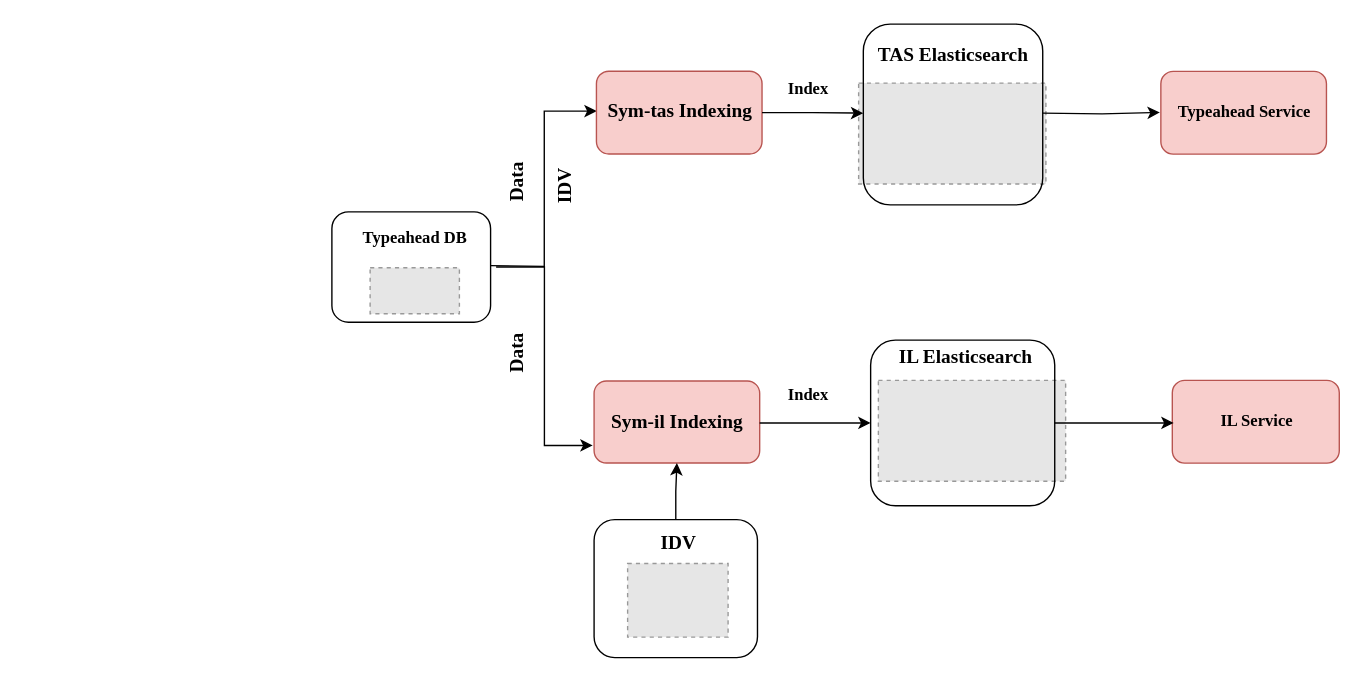
Earlier version of the draw.io diagram PA-SPAR-Funds.drawio (cthotadi/diagrams). Source tidied: cells renumbered, new cells numbered last; positions are measured from the earlier drawing's top-left corner, leaving out a move shared by most shapes. Both pictures are drawn from the tidied source at 138%, with x=0, y=0 at pixel (331, 23). Pictures stored in the file or linked from it are replaced by grey dashed boxes.
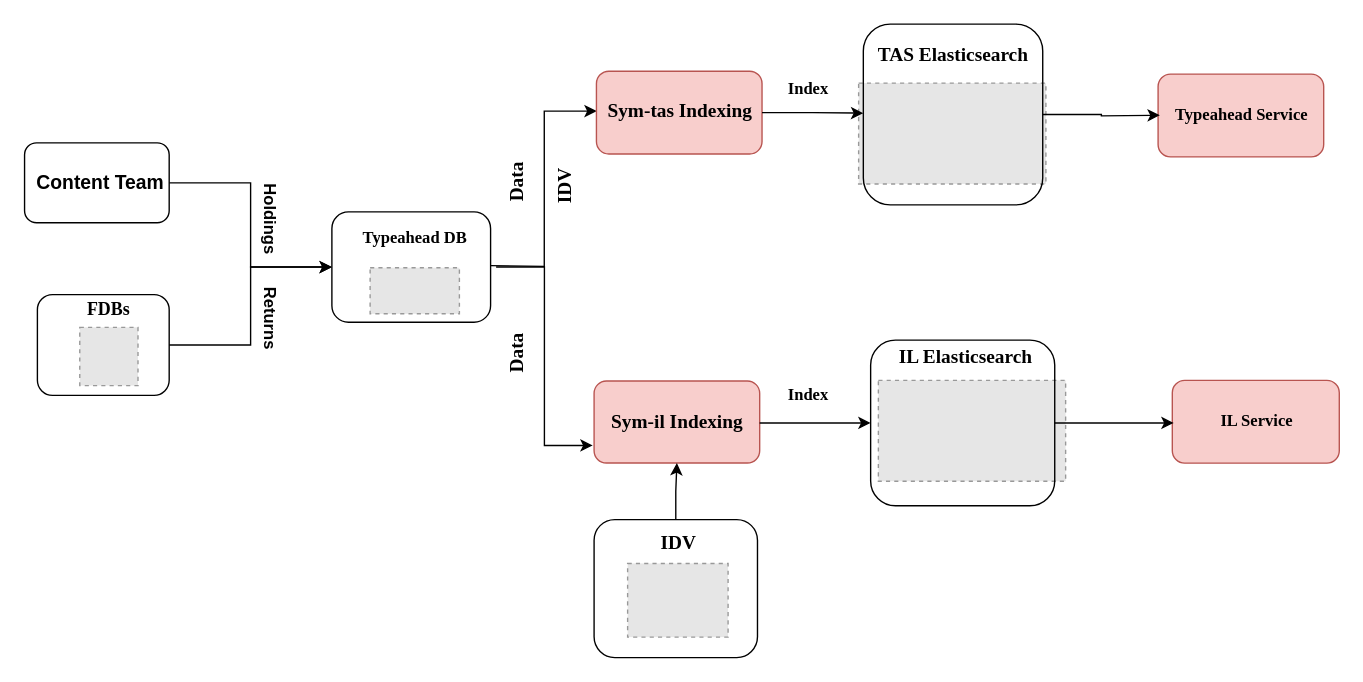
The same diagram, later.

Unchanged cells that the change refers to:
```xml
<mxCell id="5" style="rounded=1;whiteSpace=wrap;html=1;fontFamily=Times New Roman;fontSize=14;fillColor=none;" parent="1" vertex="1">
  <mxGeometry y="136" width="115" height="80" as="geometry" />
</mxCell>
<mxCell id="28" style="rounded=1;whiteSpace=wrap;html=1;fontFamily=Times New Roman;fontSize=14;fillColor=none;" parent="1" vertex="1">
  <mxGeometry x="385.1" width="130" height="131" as="geometry" />
</mxCell>
```

Change to the diagram source:
```diff
@@
     <mxCell id="24" style="rounded=1;whiteSpace=wrap;html=1;fontFamily=Times New Roman;fontSize=12;fillColor=#f8cecc;strokeColor=#b85450;" parent="1" vertex="1">
-      <mxGeometry x="600.7" y="34.2" width="120" height="60" as="geometry" />
+      <mxGeometry x="598.7" y="36.2" width="120" height="60" as="geometry" />
     </mxCell>
     <mxCell id="25" value="Typeahead Service" style="text;html=1;align=center;verticalAlign=middle;fillColor=none;strokeColor=none;rounded=0;fontFamily=Times New Roman;fontSize=12;fontStyle=1;" parent="1" vertex="1">
-      <mxGeometry x="605.7" y="54.2" width="110" height="20" as="geometry" />
+      <mxGeometry x="603.7" y="56.2" width="110" height="20" as="geometry" />
     </mxCell>
@@
-    <mxCell id="27" style="edgeStyle=orthogonalEdgeStyle;rounded=0;orthogonalLoop=1;jettySize=auto;html=1;fontFamily=Times New Roman;fontSize=14;" parent="1" edge="1">
-      <mxGeometry relative="1" as="geometry">
-        <mxPoint x="515.1" y="64.5" as="sourcePoint" />
-        <mxPoint x="600" y="64" as="targetPoint" />
-      </mxGeometry>
-    </mxCell>
+    <mxCell id="34" style="edgeStyle=orthogonalEdgeStyle;rounded=0;jettySize=auto;html=1;fontSize=12;" parent="1" edge="1" source="28">
+      <mxGeometry relative="1" as="geometry">
+        <mxPoint x="600" y="66" as="targetPoint" />
+      </mxGeometry>
+    </mxCell>
@@
+    <mxCell id="35" style="fillColor=#E6E6E6;strokeColor=#999999;dashed=1;verticalLabelPosition=bottom;verticalAlign=top;fontFamily=Times New Roman;fontSize=16;" parent="1" vertex="1">
+      <mxGeometry x="-182.7" y="219.7" width="42.2" height="42.2" as="geometry" />
+    </mxCell>
+    <mxCell id="36" style="edgeStyle=orthogonalEdgeStyle;rounded=0;jettySize=auto;html=1;fontSize=14;" parent="1" edge="1" source="37" target="5">
+      <mxGeometry relative="1" as="geometry" />
+    </mxCell>
+    <mxCell id="37" style="rounded=1;whiteSpace=wrap;html=1;shadow=0;glass=0;sketch=0;fontFamily=Times New Roman;fontSize=11;fillColor=none;gradientColor=none;gradientDirection=east;" parent="1" vertex="1">
+      <mxGeometry x="-213.4" y="196" width="95.5" height="73" as="geometry" />
+    </mxCell>
+    <mxCell id="38" value="FDBs" style="text;html=1;align=center;verticalAlign=middle;fillColor=none;strokeColor=none;rounded=0;shadow=1;glass=0;sketch=0;fontFamily=Times New Roman;fontSize=13;fontStyle=1;" parent="1" vertex="1">
+      <mxGeometry x="-186.6" y="196" width="50" height="20" as="geometry" />
+    </mxCell>
+    <mxCell id="39" style="edgeStyle=orthogonalEdgeStyle;rounded=0;jettySize=auto;html=1;fontSize=14;" parent="1" edge="1" source="40" target="5">
+      <mxGeometry relative="1" as="geometry" />
+    </mxCell>
+    <mxCell id="40" style="rounded=1;whiteSpace=wrap;html=1;shadow=0;glass=0;sketch=0;fontFamily=Times New Roman;fontSize=11;fillColor=none;gradientColor=none;gradientDirection=east;" parent="1" vertex="1">
+      <mxGeometry x="-222.7" y="86" width="104.8" height="57.9" as="geometry" />
+    </mxCell>
+    <mxCell id="41" value="Content Team" style="text;html=1;align=center;verticalAlign=middle;fillColor=none;strokeColor=none;rounded=0;fontStyle=1;fontSize=14;" parent="1" vertex="1">
+      <mxGeometry x="-222.7" y="105" width="110" height="20" as="geometry" />
+    </mxCell>
+    <mxCell id="42" value="Holdings" style="text;html=1;align=center;verticalAlign=middle;fillColor=none;strokeColor=none;rounded=0;fontSize=12;fontStyle=1;rotation=90;" parent="1" vertex="1">
+      <mxGeometry x="-80" y="131" width="70" height="20" as="geometry" />
+    </mxCell>
+    <mxCell id="43" value="Returns" style="text;html=1;align=center;verticalAlign=middle;fillColor=none;strokeColor=none;rounded=0;fontSize=12;fontStyle=1;rotation=90;" parent="1" vertex="1">
+      <mxGeometry x="-75" y="203" width="60" height="20" as="geometry" />
+    </mxCell>
```
